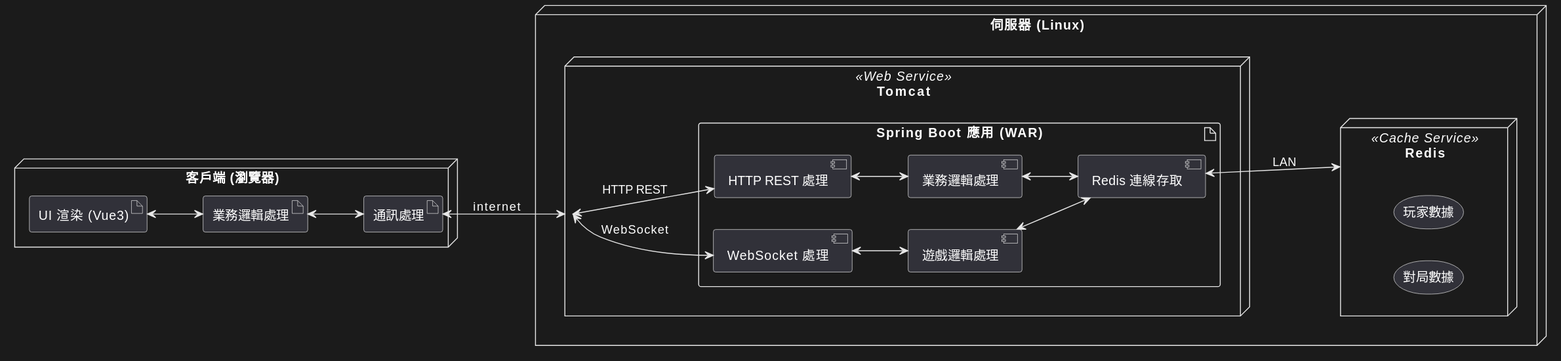
Before: docs/images/SystemStructuralDiagram.svg, a diagram exported from PlantUML (LYH-94/reversi_online). The source it was exported from:
```plantuml
@startuml
left to right direction

node "客戶端 (瀏覽器)" {
    artifact "UI 渲染 (Vue3)" as ui_render
    artifact "業務邏輯處理" as service_logic_client
    artifact "通訊處理" as comm_handle
}

node "伺服器 (Linux)" {
    node "Tomcat" <<Web Service>> as tomcat {
        artifact "Spring Boot 應用 (WAR)" {
            component "WebSocket 處理" as websocket_handle
            component "HTTP REST 處理" as http_rest_handle
            component "遊戲邏輯處理" as game_logic
            component "業務邏輯處理" as service_logic
            component "Redis 連線存取" as redis_conn
        }
    }

    node "Redis"  <<Cache Service>> as redis {
        storage "對局數據" as game_data
        storage "玩家數據" as player_status
    }
}

ui_render <--> service_logic_client
service_logic_client <--> comm_handle
comm_handle <--> tomcat : internet

tomcat <--> websocket_handle : WebSocket
tomcat <--> http_rest_handle : HTTP REST

websocket_handle <--> game_logic
http_rest_handle <--> service_logic
game_logic <--> redis_conn
service_logic <--> redis_conn

redis_conn <--> redis : LAN
@enduml
```
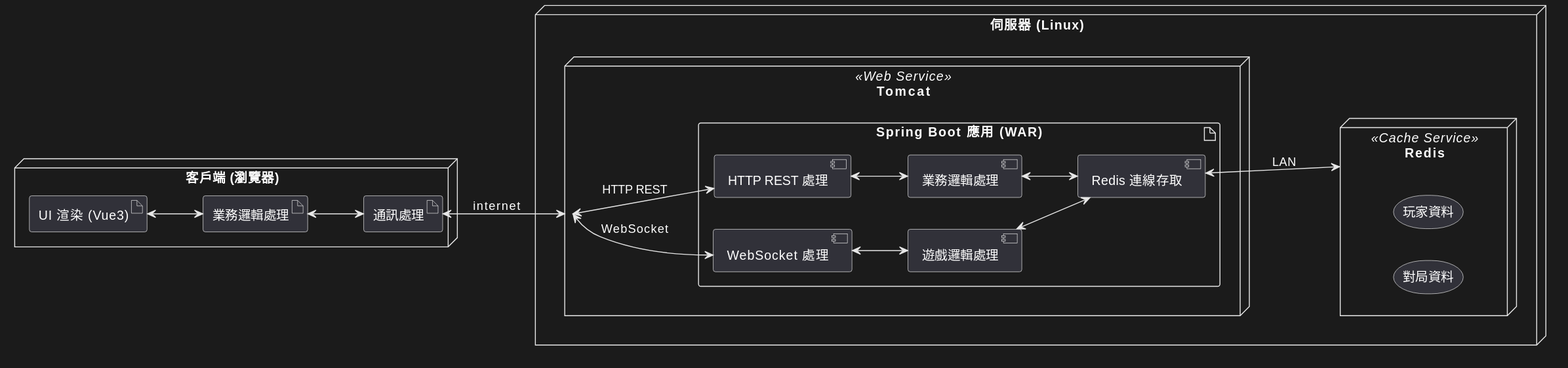
After the commit.

What changed in the source:
```diff
@@ -19,8 +19,8 @@
     }
 
     node "Redis"  <<Cache Service>> as redis {
-        storage "對局數據" as game_data
-        storage "玩家數據" as player_status
+        storage "對局資料" as game_data
+        storage "玩家資料" as player_status
     }
 }
 
```
